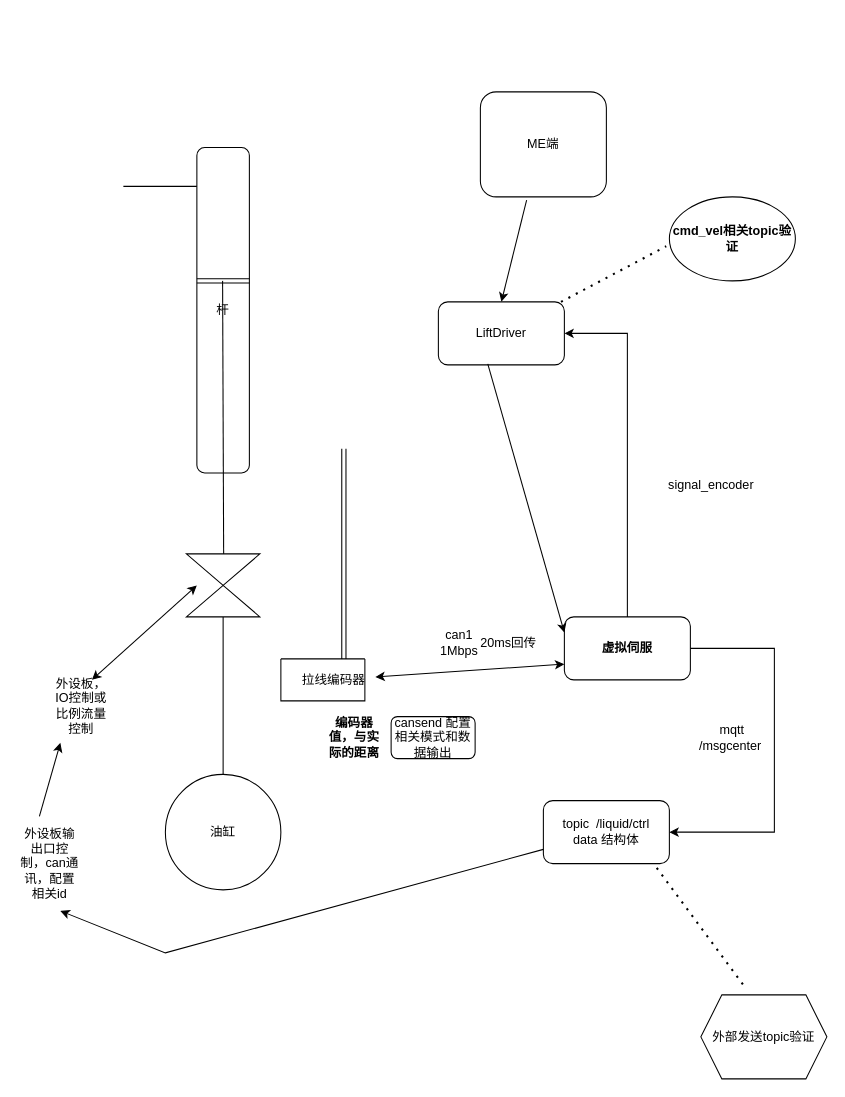
Earlier version of the draw.io diagram liquidControl.drawio (yyjqr/IMU). Source tidied: cells renumbered, new cells numbered last; positions are measured from the earlier drawing's top-left corner, leaving out a move shared by most shapes. Both pictures are drawn from the tidied source at 105%, with x=0, y=0 at pixel (18, 91).
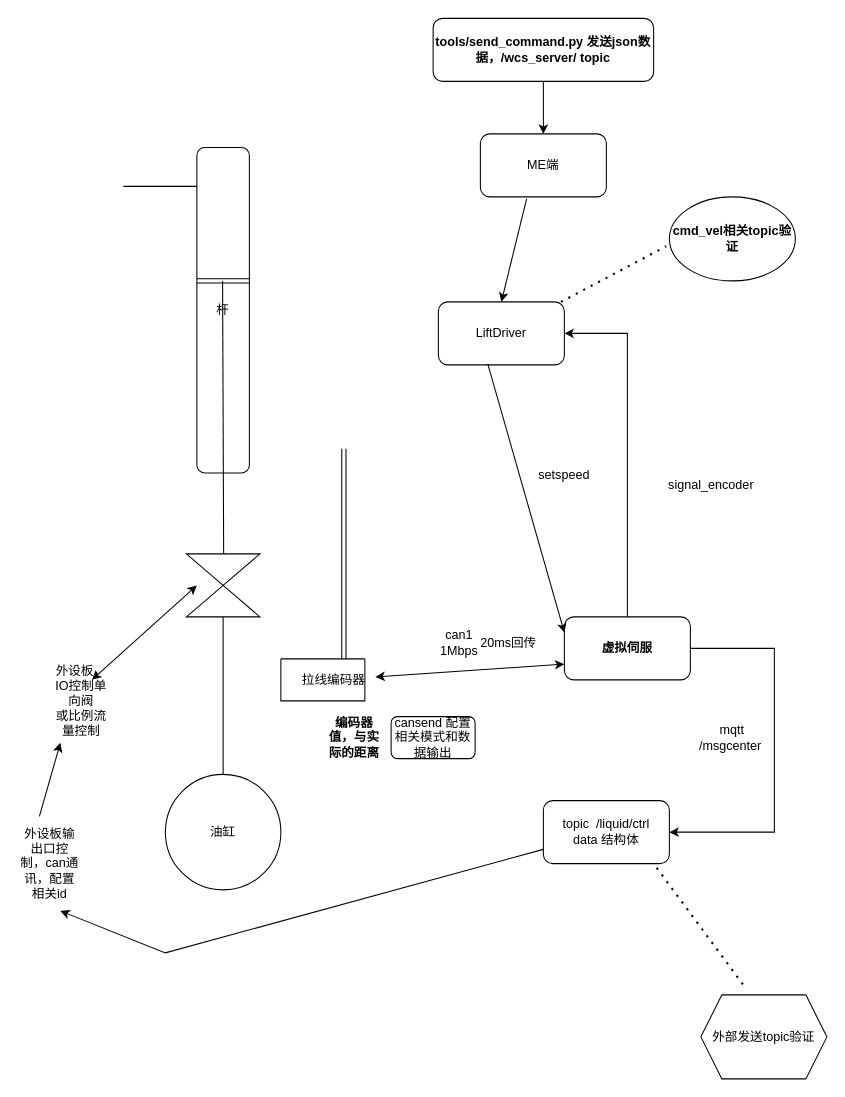
The same page after the edit.

What changed in the source:
```diff
@@
     <mxCell id="15" value="ME端" style="rounded=1;whiteSpace=wrap;html=1;" parent="1" vertex="1">
-      <mxGeometry x="440" width="120" height="100" as="geometry" />
+      <mxGeometry x="440" y="40" width="120" height="60" as="geometry" />
     </mxCell>
@@
-    <mxCell id="17" value="外设板，IO控制或比例流量控制" style="text;html=1;strokeColor=none;fillColor=none;align=center;verticalAlign=middle;whiteSpace=wrap;rounded=0;" parent="1" vertex="1">
-      <mxGeometry x="30" y="560" width="60" height="50" as="geometry" />
+    <mxCell id="17" value="外设板，IO控制单向阀 &lt;br&gt;或比例流量控制" style="text;html=1;strokeColor=none;fillColor=none;align=center;verticalAlign=middle;whiteSpace=wrap;rounded=0;" parent="1" vertex="1">
+      <mxGeometry x="30" y="550" width="60" height="60" as="geometry" />
     </mxCell>
@@
+    <mxCell id="36" style="edgeStyle=orthogonalEdgeStyle;rounded=0;jettySize=auto;html=1;" parent="1" edge="1" source="37" target="15">
+      <mxGeometry relative="1" as="geometry" />
+    </mxCell>
+    <mxCell id="37" value="&lt;b&gt;tools/send_command.py 发送json数据，/wcs_server/ topic&lt;/b&gt;" style="rounded=1;whiteSpace=wrap;html=1;" parent="1" vertex="1">
+      <mxGeometry x="395" y="-70" width="210" height="60" as="geometry" />
+    </mxCell>
+    <mxCell id="38" value="setspeed" style="text;html=1;strokeColor=none;fillColor=none;align=center;verticalAlign=middle;whiteSpace=wrap;rounded=0;" parent="1" vertex="1">
+      <mxGeometry x="490" y="350" width="60" height="30" as="geometry" />
+    </mxCell>
```
